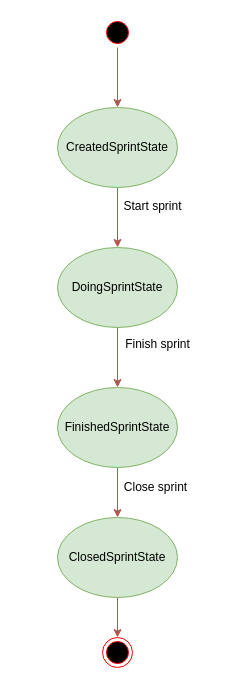
Before: page "Sprint state" (1 of 2) of diagrams/stateDiagrams.drawio in janvb24/SOA3AvansDevOps, a draw.io diagram. Source tidied: cells renumbered, new cells numbered last; positions are measured from the earlier drawing's top-left corner, leaving out a move shared by most shapes. Both pictures are drawn from the tidied source at 100%, with x=0, y=0 at pixel (57, 17).
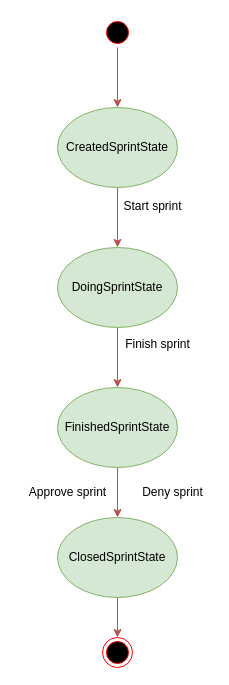
After the change.

Diff of the diagram source:
```diff
@@
 <mxGraphModel>
   <root>
     <mxCell id="0" />
     <mxCell id="1" parent="0" />
     <mxCell id="2" style="edgeStyle=orthogonalEdgeStyle;rounded=0;jettySize=auto;html=1;fillColor=#f8cecc;strokeColor=#b85450;" parent="1" edge="1" source="3" target="11">
       <mxGeometry relative="1" as="geometry" />
     </mxCell>
     <mxCell id="3" style="ellipse;html=1;shape=startState;fillColor=#000000;strokeColor=#ff0000;" parent="1" vertex="1">
       <mxGeometry x="45" width="30" height="30" as="geometry" />
     </mxCell>
     <mxCell id="4" style="edgeStyle=orthogonalEdgeStyle;rounded=0;jettySize=auto;html=1;fillColor=#f8cecc;strokeColor=#b85450;" parent="1" edge="1" source="5" target="12">
       <mxGeometry relative="1" as="geometry" />
     </mxCell>
     <mxCell id="5" value="ClosedSprintState" style="ellipse;whiteSpace=wrap;html=1;fillColor=#d5e8d4;strokeColor=#82b366;" parent="1" vertex="1">
       <mxGeometry y="500" width="120" height="80" as="geometry" />
     </mxCell>
     <mxCell id="6" style="edgeStyle=orthogonalEdgeStyle;rounded=0;jettySize=auto;html=1;fillColor=#f8cecc;strokeColor=#b85450;" parent="1" edge="1" source="7" target="5">
-      <mxGeometry relative="1" as="geometry" />
+      <mxGeometry relative="1" as="geometry">
+        <Array as="points">
+          <mxPoint x="60" y="460" />
+          <mxPoint x="60" y="460" />
+        </Array>
+      </mxGeometry>
     </mxCell>
     <mxCell id="7" value="FinishedSprintState" style="ellipse;whiteSpace=wrap;html=1;fillColor=#d5e8d4;strokeColor=#82b366;" parent="1" vertex="1">
       <mxGeometry y="370" width="120" height="80" as="geometry" />
     </mxCell>
     <mxCell id="8" style="edgeStyle=orthogonalEdgeStyle;rounded=0;jettySize=auto;html=1;fillColor=#f8cecc;strokeColor=#b85450;" parent="1" edge="1" source="9" target="7">
       <mxGeometry relative="1" as="geometry" />
     </mxCell>
     <mxCell id="9" value="DoingSprintState" style="ellipse;whiteSpace=wrap;html=1;fillColor=#d5e8d4;strokeColor=#82b366;" parent="1" vertex="1">
       <mxGeometry y="230" width="120" height="80" as="geometry" />
     </mxCell>
     <mxCell id="10" style="edgeStyle=orthogonalEdgeStyle;rounded=0;jettySize=auto;html=1;fillColor=#f8cecc;strokeColor=#b85450;" parent="1" edge="1" source="11" target="9">
       <mxGeometry relative="1" as="geometry" />
     </mxCell>
     <mxCell id="11" value="CreatedSprintState" style="ellipse;whiteSpace=wrap;html=1;fillColor=#d5e8d4;strokeColor=#82b366;" parent="1" vertex="1">
       <mxGeometry y="90" width="120" height="80" as="geometry" />
     </mxCell>
     <mxCell id="12" style="ellipse;html=1;shape=endState;fillColor=#000000;strokeColor=#ff0000;" parent="1" vertex="1">
       <mxGeometry x="45" y="620" width="30" height="30" as="geometry" />
     </mxCell>
     <mxCell id="13" value="Start sprint" style="text;html=1;align=center;verticalAlign=middle;strokeColor=none;fillColor=none;" parent="1" vertex="1">
       <mxGeometry x="55" y="174" width="80" height="30" as="geometry" />
     </mxCell>
     <mxCell id="14" value="Finish sprint" style="text;html=1;align=center;verticalAlign=middle;" parent="1" vertex="1">
       <mxGeometry x="55" y="312" width="90" height="30" as="geometry" />
     </mxCell>
-    <mxCell id="15" value="Close sprint" style="text;html=1;align=center;verticalAlign=middle;strokeColor=none;fillColor=none;" parent="1" vertex="1">
-      <mxGeometry x="53" y="455" width="90" height="30" as="geometry" />
+    <mxCell id="15" value="Deny sprint" style="text;html=1;align=center;verticalAlign=middle;strokeColor=none;fillColor=none;" parent="1" vertex="1">
+      <mxGeometry x="75" y="460" width="80" height="30" as="geometry" />
     </mxCell>
+    <mxCell id="16" value="Approve sprint" style="text;html=1;align=center;verticalAlign=middle;strokeColor=none;fillColor=none;" parent="1" vertex="1">
+      <mxGeometry x="-40" y="460" width="100" height="30" as="geometry" />
+    </mxCell>
   </root>
 </mxGraphModel>
```
